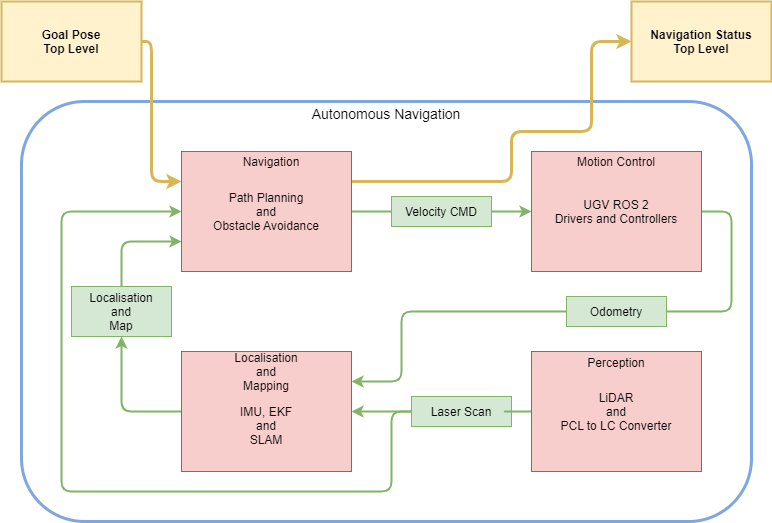
The draw.io diagram Figures/figANMethod.drawio.png in orjano-max/ORJANOS_MASTER_REPO, before a commit. Source tidied: cells renumbered, new cells last; positions are measured from the earlier drawing's top-left corner, leaving out a move shared by most shapes.
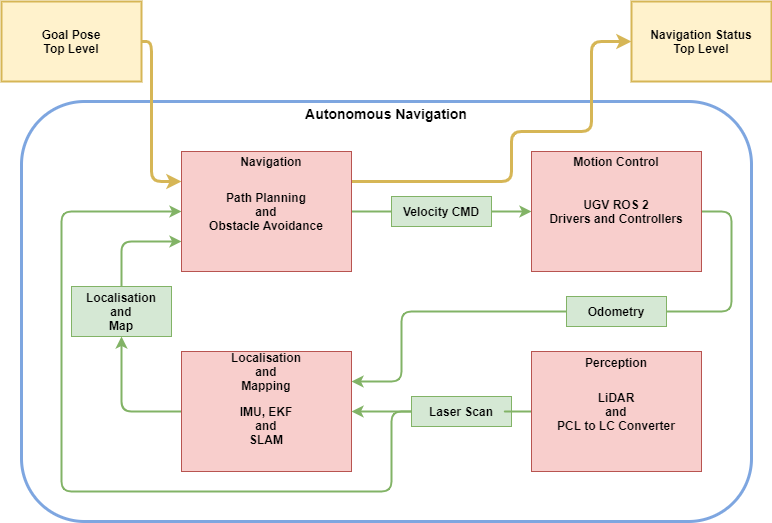
Later version of the same file.

Diff of the diagram source:
```diff
@@ -2,19 +2,19 @@
   <root>
     <mxCell id="0" />
     <mxCell id="1" parent="0" />
-    <mxCell id="2" style="rounded=1;strokeColor=#7EA6E0;strokeWidth=3;" parent="1" vertex="1">
+    <mxCell id="2" style="rounded=1;strokeColor=#7EA6E0;strokeWidth=3;fontStyle=1;" parent="1" vertex="1">
       <mxGeometry x="20" y="100" width="730" height="420" as="geometry" />
     </mxCell>
-    <mxCell id="3" value="Odometry" style="rounded=0;fillColor=#d5e8d4;strokeColor=#82b366;" parent="1" vertex="1">
+    <mxCell id="3" value="Odometry" style="rounded=0;fillColor=#d5e8d4;strokeColor=#82b366;fontStyle=1;" parent="1" vertex="1">
       <mxGeometry x="565" y="295" width="100" height="30" as="geometry" />
     </mxCell>
-    <mxCell id="4" value="Localisation&#10;and&#10;Map" style="rounded=0;fillColor=#d5e8d4;strokeColor=#82b366;" parent="1" vertex="1">
+    <mxCell id="4" value="Localisation&#10;and&#10;Map" style="rounded=0;fillColor=#d5e8d4;strokeColor=#82b366;fontStyle=1;" parent="1" vertex="1">
       <mxGeometry x="70" y="285" width="100" height="50" as="geometry" />
     </mxCell>
-    <mxCell id="5" style="edgeStyle=orthogonalEdgeStyle;jettySize=auto;fillColor=#d5e8d4;strokeColor=#82b366;strokeWidth=2;rounded=1;exitX=1;exitY=0.5;exitDx=0;exitDy=0;entryX=0;entryY=0.5;entryDx=0;entryDy=0;" parent="1" edge="1" source="22" target="19">
+    <mxCell id="5" style="edgeStyle=orthogonalEdgeStyle;jettySize=auto;fillColor=#d5e8d4;strokeColor=#82b366;strokeWidth=2;rounded=1;exitX=1;exitY=0.5;exitDx=0;exitDy=0;entryX=0;entryY=0.5;entryDx=0;entryDy=0;fontStyle=1;" parent="1" edge="1" source="22" target="19">
       <mxGeometry relative="1" as="geometry" />
     </mxCell>
-    <mxCell id="6" style="edgeStyle=orthogonalEdgeStyle;jettySize=auto;fillColor=#d5e8d4;strokeColor=#82b366;strokeWidth=2;rounded=1;exitX=1;exitY=0.5;exitDx=0;exitDy=0;entryX=1;entryY=0.5;entryDx=0;entryDy=0;endArrow=none;endFill=0;startArrow=none;startFill=0;" parent="1" edge="1" source="3" target="19">
+    <mxCell id="6" style="edgeStyle=orthogonalEdgeStyle;jettySize=auto;fillColor=#d5e8d4;strokeColor=#82b366;strokeWidth=2;rounded=1;exitX=1;exitY=0.5;exitDx=0;exitDy=0;entryX=1;entryY=0.5;entryDx=0;entryDy=0;endArrow=none;endFill=0;startArrow=none;startFill=0;fontStyle=1;" parent="1" edge="1" source="3" target="19">
       <mxGeometry relative="1" as="geometry">
         <Array as="points">
           <mxPoint x="730" y="310" />
@@ -22,17 +22,17 @@
         </Array>
       </mxGeometry>
     </mxCell>
-    <mxCell id="7" style="edgeStyle=orthogonalEdgeStyle;jettySize=auto;fillColor=#d5e8d4;strokeColor=#82b366;strokeWidth=2;rounded=1;exitX=1;exitY=0.5;exitDx=0;exitDy=0;entryX=0;entryY=0.5;entryDx=0;entryDy=0;endArrow=none;endFill=0;" parent="1" edge="1" source="16" target="22">
+    <mxCell id="7" style="edgeStyle=orthogonalEdgeStyle;jettySize=auto;fillColor=#d5e8d4;strokeColor=#82b366;strokeWidth=2;rounded=1;exitX=1;exitY=0.5;exitDx=0;exitDy=0;entryX=0;entryY=0.5;entryDx=0;entryDy=0;endArrow=none;endFill=0;fontStyle=1;" parent="1" edge="1" source="16" target="22">
       <mxGeometry relative="1" as="geometry" />
     </mxCell>
-    <mxCell id="8" style="edgeStyle=orthogonalEdgeStyle;jettySize=auto;fillColor=#d5e8d4;strokeColor=#82b366;strokeWidth=2;rounded=1;exitX=0.5;exitY=0;exitDx=0;exitDy=0;entryX=0;entryY=0.75;entryDx=0;entryDy=0;" parent="1" edge="1" source="4" target="16">
+    <mxCell id="8" style="edgeStyle=orthogonalEdgeStyle;jettySize=auto;fillColor=#d5e8d4;strokeColor=#82b366;strokeWidth=2;rounded=1;exitX=0.5;exitY=0;exitDx=0;exitDy=0;entryX=0;entryY=0.75;entryDx=0;entryDy=0;fontStyle=1;" parent="1" edge="1" source="4" target="16">
       <mxGeometry relative="1" as="geometry">
         <Array as="points">
           <mxPoint x="120" y="240" />
         </Array>
       </mxGeometry>
     </mxCell>
-    <mxCell id="9" style="edgeStyle=orthogonalEdgeStyle;jettySize=auto;fillColor=#d5e8d4;strokeColor=#82b366;strokeWidth=2;rounded=1;exitX=0;exitY=0.5;exitDx=0;exitDy=0;entryX=0;entryY=0.5;entryDx=0;entryDy=0;" parent="1" edge="1" source="23" target="16">
+    <mxCell id="9" style="edgeStyle=orthogonalEdgeStyle;jettySize=auto;fillColor=#d5e8d4;strokeColor=#82b366;strokeWidth=2;rounded=1;exitX=0;exitY=0.5;exitDx=0;exitDy=0;entryX=0;entryY=0.5;entryDx=0;entryDy=0;fontStyle=1;" parent="1" edge="1" source="23" target="16">
       <mxGeometry relative="1" as="geometry">
         <Array as="points">
           <mxPoint x="390" y="410" />
@@ -42,7 +42,7 @@
         </Array>
       </mxGeometry>
     </mxCell>
-    <mxCell id="10" style="edgeStyle=orthogonalEdgeStyle;jettySize=auto;fillColor=#d5e8d4;strokeColor=#82b366;strokeWidth=2;rounded=1;exitX=0;exitY=0.5;exitDx=0;exitDy=0;entryX=1;entryY=0.25;entryDx=0;entryDy=0;" parent="1" edge="1" source="3" target="25">
+    <mxCell id="10" style="edgeStyle=orthogonalEdgeStyle;jettySize=auto;fillColor=#d5e8d4;strokeColor=#82b366;strokeWidth=2;rounded=1;exitX=0;exitY=0.5;exitDx=0;exitDy=0;entryX=1;entryY=0.25;entryDx=0;entryDy=0;fontStyle=1;" parent="1" edge="1" source="3" target="25">
       <mxGeometry relative="1" as="geometry">
         <Array as="points">
           <mxPoint x="400" y="310" />
@@ -50,7 +50,7 @@
         </Array>
       </mxGeometry>
     </mxCell>
-    <mxCell id="11" style="edgeStyle=orthogonalEdgeStyle;jettySize=auto;fillColor=#d5e8d4;strokeColor=#82b366;strokeWidth=2;rounded=1;exitX=0;exitY=0.5;exitDx=0;exitDy=0;entryX=0.5;entryY=1;entryDx=0;entryDy=0;" parent="1" edge="1" source="25" target="4">
+    <mxCell id="11" style="edgeStyle=orthogonalEdgeStyle;jettySize=auto;fillColor=#d5e8d4;strokeColor=#82b366;strokeWidth=2;rounded=1;exitX=0;exitY=0.5;exitDx=0;exitDy=0;entryX=0.5;entryY=1;entryDx=0;entryDy=0;fontStyle=1;" parent="1" edge="1" source="25" target="4">
       <mxGeometry relative="1" as="geometry" />
     </mxCell>
     <mxCell id="12" value="Navigation Status&#10;Top Level" style="rounded=0;fillColor=#fff2cc;strokeColor=#d6b656;strokeWidth=2;fontStyle=1;" parent="1" vertex="1">
@@ -59,7 +59,7 @@
     <mxCell id="13" value="Goal Pose&#10;Top Level" style="rounded=0;fillColor=#fff2cc;strokeColor=#d6b656;strokeWidth=2;fontStyle=1;" parent="1" vertex="1">
       <mxGeometry width="140" height="80" as="geometry" />
     </mxCell>
-    <mxCell id="14" style="edgeStyle=orthogonalEdgeStyle;jettySize=auto;fillColor=#fff2cc;strokeColor=#d6b656;strokeWidth=3;rounded=1;exitX=1;exitY=0.5;exitDx=0;exitDy=0;entryX=0;entryY=0.25;entryDx=0;entryDy=0;" parent="1" edge="1" source="13" target="16">
+    <mxCell id="14" style="edgeStyle=orthogonalEdgeStyle;jettySize=auto;fillColor=#fff2cc;strokeColor=#d6b656;strokeWidth=3;rounded=1;exitX=1;exitY=0.5;exitDx=0;exitDy=0;entryX=0;entryY=0.25;entryDx=0;entryDy=0;fontStyle=1;" parent="1" edge="1" source="13" target="16">
       <mxGeometry relative="1" as="geometry">
         <Array as="points">
           <mxPoint x="150" y="40" />
@@ -67,7 +67,7 @@
         </Array>
       </mxGeometry>
     </mxCell>
-    <mxCell id="15" style="edgeStyle=orthogonalEdgeStyle;jettySize=auto;fillColor=#fff2cc;strokeColor=#d6b656;strokeWidth=3;rounded=1;exitX=1;exitY=0.25;exitDx=0;exitDy=0;entryX=0;entryY=0.5;entryDx=0;entryDy=0;" parent="1" edge="1" source="16" target="12">
+    <mxCell id="15" style="edgeStyle=orthogonalEdgeStyle;jettySize=auto;fillColor=#fff2cc;strokeColor=#d6b656;strokeWidth=3;rounded=1;exitX=1;exitY=0.25;exitDx=0;exitDy=0;entryX=0;entryY=0.5;entryDx=0;entryDy=0;fontStyle=1;" parent="1" edge="1" source="16" target="12">
       <mxGeometry relative="1" as="geometry">
         <Array as="points">
           <mxPoint x="510" y="180" />
@@ -77,40 +77,40 @@
         </Array>
       </mxGeometry>
     </mxCell>
-    <mxCell id="16" value="Path Planning&#10;and &#10;Obstacle Avoidance" style="rounded=0;fillColor=#f8cecc;strokeColor=#b85450;" parent="1" vertex="1">
+    <mxCell id="16" value="Path Planning&#10;and &#10;Obstacle Avoidance" style="rounded=0;fillColor=#f8cecc;strokeColor=#b85450;fontStyle=1;" parent="1" vertex="1">
       <mxGeometry x="180" y="150" width="170" height="120" as="geometry" />
     </mxCell>
-    <mxCell id="17" value="Navigation" style="text;strokeColor=none;fillColor=none;align=center;verticalAlign=middle;rounded=0;" parent="1" vertex="1">
+    <mxCell id="17" value="Navigation" style="text;strokeColor=none;fillColor=none;align=center;verticalAlign=middle;rounded=0;fontStyle=1;" parent="1" vertex="1">
       <mxGeometry x="227.2" y="150" width="85.6" height="20" as="geometry" />
     </mxCell>
-    <mxCell id="18" style="group;" parent="1" vertex="1">
+    <mxCell id="18" style="group;fontStyle=1;" parent="1" vertex="1">
       <mxGeometry x="530" y="150" width="170" height="120" as="geometry" />
     </mxCell>
-    <mxCell id="19" value="UGV ROS 2&#10; Drivers and Controllers" style="rounded=0;fillColor=#f8cecc;strokeColor=#b85450;" parent="18" vertex="1">
+    <mxCell id="19" value="UGV ROS 2&#10; Drivers and Controllers" style="rounded=0;fillColor=#f8cecc;strokeColor=#b85450;fontStyle=1;" parent="18" vertex="1">
       <mxGeometry width="170" height="120" as="geometry" />
     </mxCell>
-    <mxCell id="20" value="Motion Control" style="text;strokeColor=none;fillColor=none;align=center;verticalAlign=middle;rounded=0;" parent="18" vertex="1">
+    <mxCell id="20" value="Motion Control" style="text;strokeColor=none;fillColor=none;align=center;verticalAlign=middle;rounded=0;fontStyle=1;" parent="18" vertex="1">
       <mxGeometry width="170" height="20" as="geometry" />
     </mxCell>
-    <mxCell id="21" value="Autonomous Navigation&#10;" style="text;strokeColor=none;fillColor=none;align=center;verticalAlign=middle;rounded=0;fontSize=14;" parent="1" vertex="1">
+    <mxCell id="21" value="Autonomous Navigation&#10;" style="text;strokeColor=none;fillColor=none;align=center;verticalAlign=middle;rounded=0;fontSize=14;fontStyle=1;" parent="1" vertex="1">
       <mxGeometry x="107.8" y="100" width="554.5" height="40" as="geometry" />
     </mxCell>
-    <mxCell id="22" value="Velocity CMD" style="rounded=0;fillColor=#d5e8d4;strokeColor=#82b366;" parent="1" vertex="1">
+    <mxCell id="22" value="Velocity CMD" style="rounded=0;fillColor=#d5e8d4;strokeColor=#82b366;fontStyle=1;" parent="1" vertex="1">
       <mxGeometry x="390" y="195" width="100" height="30" as="geometry" />
     </mxCell>
-    <mxCell id="23" value="Laser Scan" style="rounded=0;fillColor=#d5e8d4;strokeColor=#82b366;" parent="1" vertex="1">
+    <mxCell id="23" value="Laser Scan" style="rounded=0;fillColor=#d5e8d4;strokeColor=#82b366;fontStyle=1;" parent="1" vertex="1">
       <mxGeometry x="410" y="395" width="100" height="30" as="geometry" />
     </mxCell>
-    <mxCell id="24" style="group;" parent="1" vertex="1">
+    <mxCell id="24" style="group;fontStyle=1;" parent="1" vertex="1">
       <mxGeometry x="180" y="350" width="179.2" height="120" as="geometry" />
     </mxCell>
-    <mxCell id="25" value="&#10;&#10;IMU, EKF&#10;and&#10;SLAM" style="rounded=0;fillColor=#f8cecc;strokeColor=#b85450;" parent="24" vertex="1">
+    <mxCell id="25" value="&#10;&#10;IMU, EKF&#10;and&#10;SLAM" style="rounded=0;fillColor=#f8cecc;strokeColor=#b85450;fontStyle=1;" parent="24" vertex="1">
       <mxGeometry width="170" height="120" as="geometry" />
     </mxCell>
-    <mxCell id="26" value="Localisation&#10;and&#10;Mapping" style="text;strokeColor=none;fillColor=none;align=center;verticalAlign=middle;rounded=0;" parent="24" vertex="1">
+    <mxCell id="26" value="Localisation&#10;and&#10;Mapping" style="text;strokeColor=none;fillColor=none;align=center;verticalAlign=middle;rounded=0;fontStyle=1;" parent="24" vertex="1">
       <mxGeometry x="-9.2" width="188.3" height="40" as="geometry" />
     </mxCell>
-    <mxCell id="27" style="edgeStyle=orthogonalEdgeStyle;jettySize=auto;fillColor=#d5e8d4;strokeColor=#82b366;strokeWidth=2;rounded=1;entryX=1;entryY=0.5;entryDx=0;entryDy=0;endArrow=none;endFill=0;exitX=0;exitY=0.5;exitDx=0;exitDy=0;" parent="1" edge="1" source="29" target="23">
+    <mxCell id="27" style="edgeStyle=orthogonalEdgeStyle;jettySize=auto;fillColor=#d5e8d4;strokeColor=#82b366;strokeWidth=2;rounded=1;entryX=1;entryY=0.5;entryDx=0;entryDy=0;endArrow=none;endFill=0;exitX=0;exitY=0.5;exitDx=0;exitDy=0;fontStyle=1;" parent="1" edge="1" source="29" target="23">
       <mxGeometry relative="1" as="geometry">
         <Array as="points">
           <mxPoint x="500" y="410" />
@@ -118,16 +118,16 @@
         </Array>
       </mxGeometry>
     </mxCell>
-    <mxCell id="28" style="group;" parent="1" vertex="1">
+    <mxCell id="28" style="group;fontStyle=1;" parent="1" vertex="1">
       <mxGeometry x="530" y="350" width="170" height="120" as="geometry" />
     </mxCell>
-    <mxCell id="29" value="LiDAR&#10;and&#10;PCL to LC Converter" style="rounded=0;fillColor=#f8cecc;strokeColor=#b85450;" parent="28" vertex="1">
+    <mxCell id="29" value="LiDAR&#10;and&#10;PCL to LC Converter" style="rounded=0;fillColor=#f8cecc;strokeColor=#b85450;fontStyle=1;" parent="28" vertex="1">
       <mxGeometry width="170" height="120" as="geometry" />
     </mxCell>
-    <mxCell id="30" value="Perception" style="text;strokeColor=none;fillColor=none;align=center;verticalAlign=middle;rounded=0;" parent="28" vertex="1">
+    <mxCell id="30" value="Perception" style="text;strokeColor=none;fillColor=none;align=center;verticalAlign=middle;rounded=0;fontStyle=1;" parent="28" vertex="1">
       <mxGeometry x="42.5" width="84.9" height="21.7" as="geometry" />
     </mxCell>
-    <mxCell id="31" style="edgeStyle=orthogonalEdgeStyle;jettySize=auto;fillColor=#d5e8d4;strokeColor=#82b366;strokeWidth=2;rounded=1;exitX=0;exitY=0.5;exitDx=0;exitDy=0;entryX=1;entryY=0.5;entryDx=0;entryDy=0;" parent="1" edge="1" source="23" target="25">
+    <mxCell id="31" style="edgeStyle=orthogonalEdgeStyle;jettySize=auto;fillColor=#d5e8d4;strokeColor=#82b366;strokeWidth=2;rounded=1;exitX=0;exitY=0.5;exitDx=0;exitDy=0;entryX=1;entryY=0.5;entryDx=0;entryDy=0;fontStyle=1;" parent="1" edge="1" source="23" target="25">
       <mxGeometry relative="1" as="geometry">
         <Array as="points">
           <mxPoint x="360" y="410" />
```
